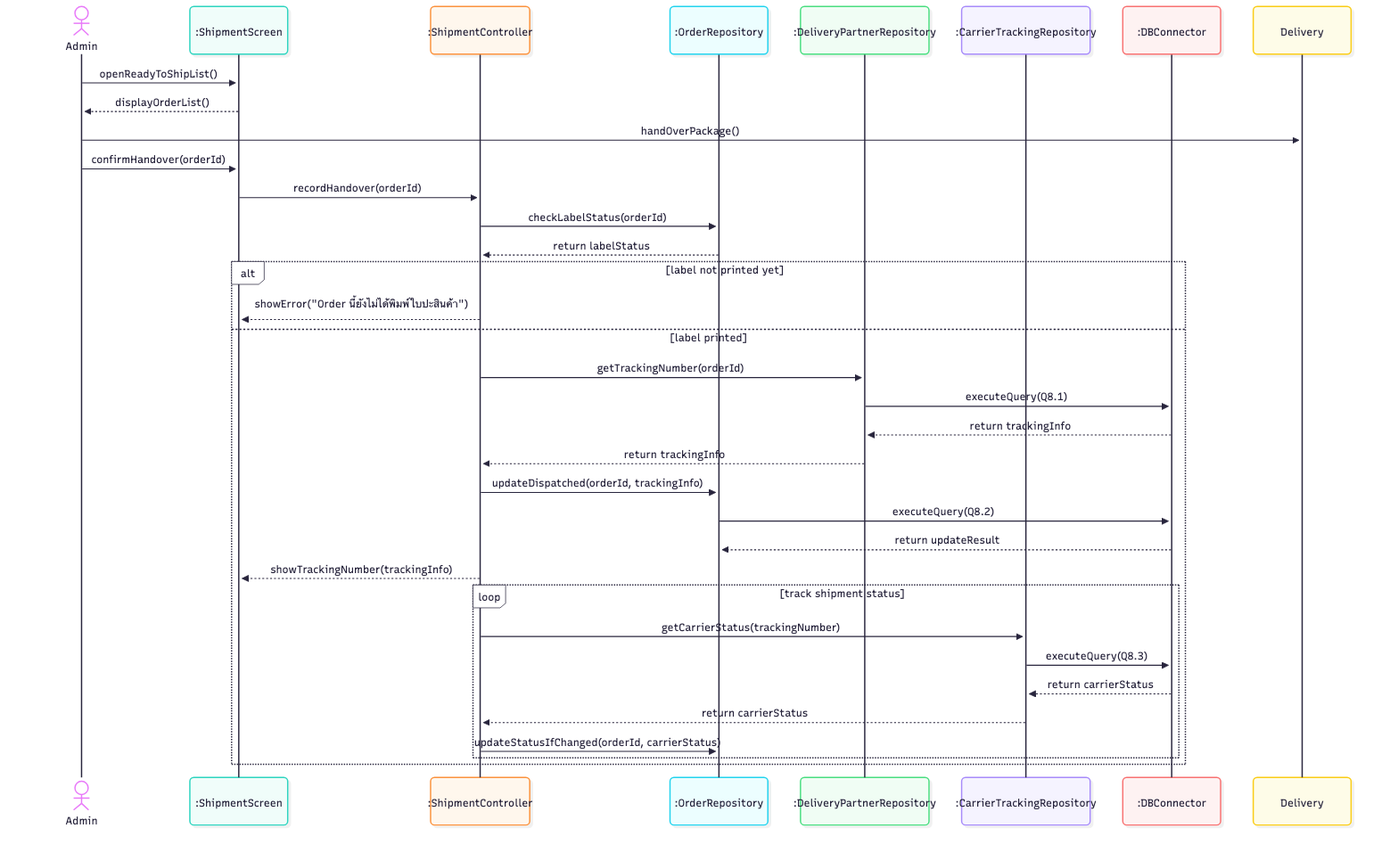
The Mermaid diagram 03-chapter2-use-case-descriptions/diagrams/png/8A-sequence.png in xbpkdi/321-sa-proj, before a commit. Its source is kept beside it as 03-chapter2-use-case-descriptions/diagrams/mmd/8A-sequence.mmd.
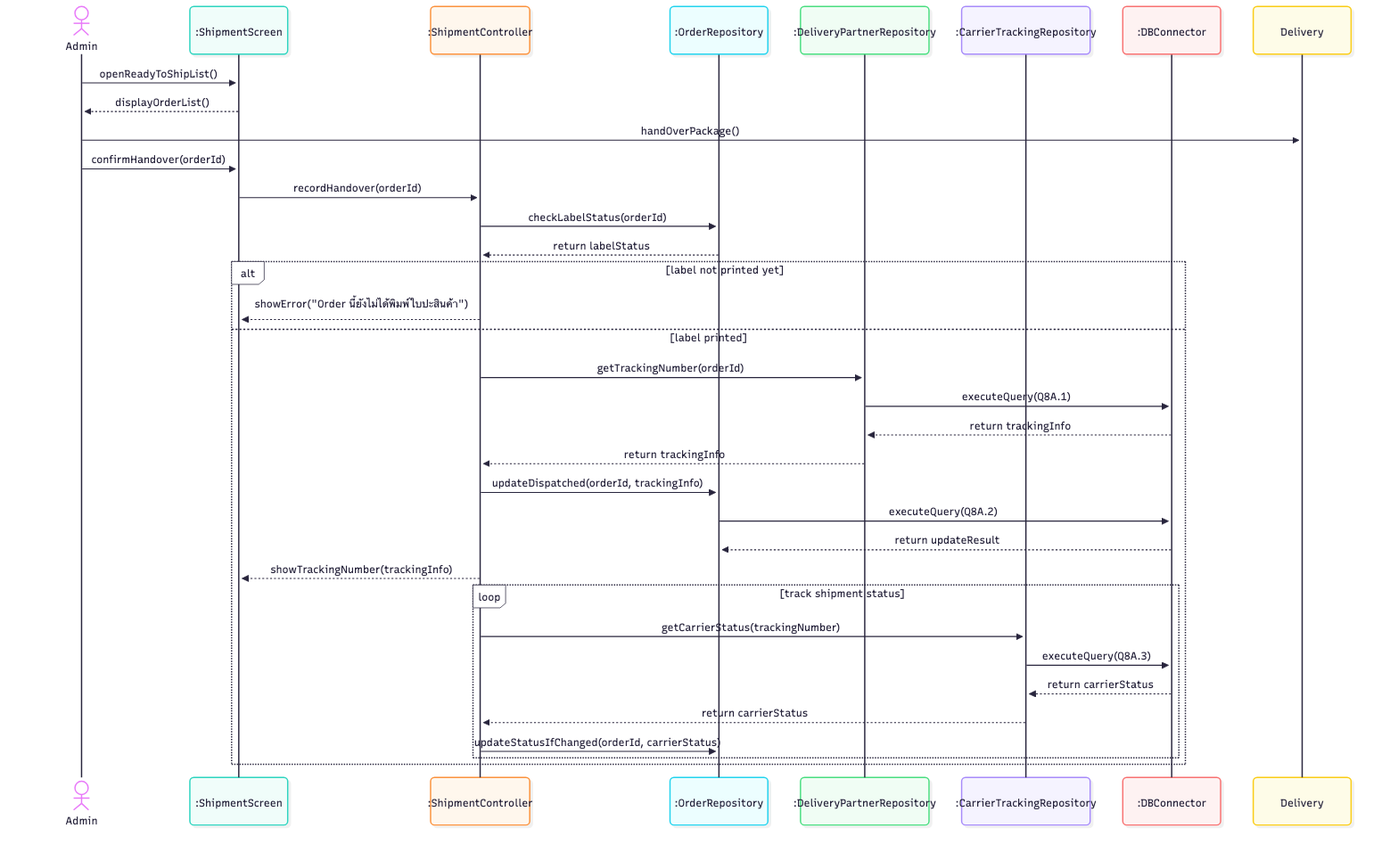
After the change.

The edit, as a diff of the source:
```diff
@@ -19,17 +19,17 @@
         SC-->>Screen: showError("Order นี้ยังไม่ได้พิมพ์ใบปะสินค้า")
     else label printed
         SC->>DelRepo: getTrackingNumber(orderId)
-        DelRepo->>DB: executeQuery(Q8.1)
+        DelRepo->>DB: executeQuery(Q8A.1)
         DB-->>DelRepo: return trackingInfo
         DelRepo-->>SC: return trackingInfo
         SC->>OrderRepo: updateDispatched(orderId, trackingInfo)
-        OrderRepo->>DB: executeQuery(Q8.2)
+        OrderRepo->>DB: executeQuery(Q8A.2)
         DB-->>OrderRepo: return updateResult
         SC-->>Screen: showTrackingNumber(trackingInfo)
 
         loop track shipment status
             SC->>TrackRepo: getCarrierStatus(trackingNumber)
-            TrackRepo->>DB: executeQuery(Q8.3)
+            TrackRepo->>DB: executeQuery(Q8A.3)
             DB-->>TrackRepo: return carrierStatus
             TrackRepo-->>SC: return carrierStatus
             SC->>OrderRepo: updateStatusIfChanged(orderId, carrierStatus)
```
